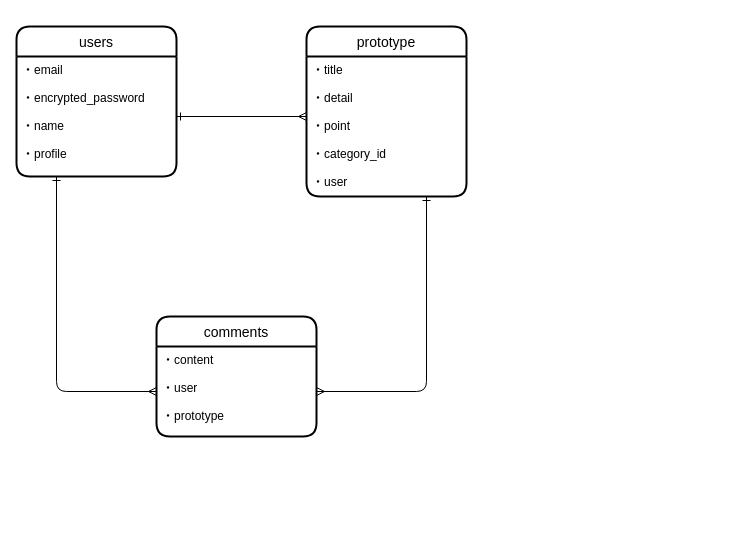
Earlier version of the draw.io diagram page "ER図" (1 of 2) of test.dio (ymokkk/protospace-0925). Source tidied: cells renumbered, new cells numbered last; positions are measured from the earlier drawing's top-left corner, leaving out a move shared by most shapes. Both pictures are drawn from the tidied source at 100%, with x=0, y=0 at pixel (16, 26).
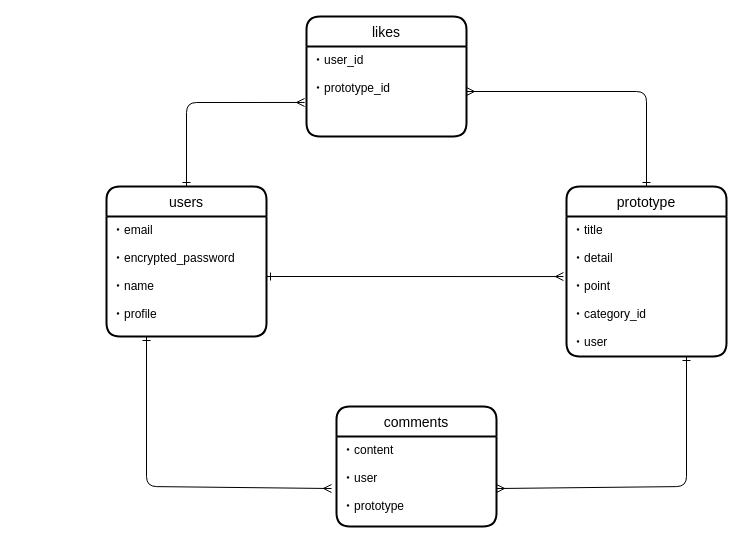
The same page after the edit.

Commit message:
画面遷移図の修正

The change refers to these unchanged cells:
```xml
<mxCell id="3" value="・email&#10;&#10;・encrypted_password&#10;&#10;・name&#10;&#10;・profile" style="align=left;strokeColor=none;fillColor=none;spacingLeft=4;fontSize=12;verticalAlign=top;" parent="2" vertex="1">
  <mxGeometry y="30" width="160" height="120" as="geometry" />
</mxCell>
<mxCell id="5" value="・title&#10;&#10;・detail&#10;&#10;・point&#10;&#10;・category_id&#10;&#10;・user" style="align=left;strokeColor=none;fillColor=none;spacingLeft=4;fontSize=12;verticalAlign=top;" parent="4" vertex="1">
  <mxGeometry y="30" width="160" height="140" as="geometry" />
</mxCell>
<mxCell id="7" value="・content&#10;&#10;・user&#10;&#10;・prototype" style="align=left;strokeColor=none;fillColor=none;spacingLeft=4;fontSize=12;verticalAlign=top;" parent="6" vertex="1">
  <mxGeometry y="30" width="160" height="90" as="geometry" />
</mxCell>
```

What changed in the source:
```diff
@@
+    <mxCell id="11" style="edgeStyle=none;html=1;exitX=0.5;exitY=0;exitDx=0;exitDy=0;entryX=-0.012;entryY=0.622;entryDx=0;entryDy=0;entryPerimeter=0;startArrow=ERone;startFill=0;endArrow=ERmany;endFill=0;" parent="1" edge="1" source="2" target="13">
+      <mxGeometry relative="1" as="geometry">
+        <Array as="points">
+          <mxPoint x="170" y="76" />
+        </Array>
+      </mxGeometry>
+    </mxCell>
     <mxCell id="2" value="users" style="swimlane;horizontal=1;startSize=30;rounded=1;fontSize=14;fontStyle=0;strokeWidth=2;shadow=0;dashed=0;align=center;" parent="1" vertex="1">
-      <mxGeometry width="160" height="150" as="geometry" />
+      <mxGeometry x="90" y="160" width="160" height="150" as="geometry" />
     </mxCell>
@@
     <mxCell id="4" value="prototype" style="swimlane;horizontal=1;startSize=30;rounded=1;fontSize=14;fontStyle=0;strokeWidth=2;shadow=0;dashed=0;align=center;" parent="1" vertex="1">
-      <mxGeometry x="290" width="160" height="170" as="geometry" />
+      <mxGeometry x="550" y="160" width="160" height="170" as="geometry" />
     </mxCell>
@@
     <mxCell id="6" value="comments" style="swimlane;horizontal=1;startSize=30;rounded=1;fontSize=14;fontStyle=0;strokeWidth=2;shadow=0;dashed=0;align=center;" parent="1" vertex="1">
-      <mxGeometry x="140" y="290" width="160" height="120" as="geometry" />
+      <mxGeometry x="320" y="380" width="160" height="120" as="geometry" />
     </mxCell>
@@
-    <mxCell id="8" style="edgeStyle=none;html=1;exitX=0.25;exitY=1;exitDx=0;exitDy=0;entryX=0;entryY=0.5;entryDx=0;entryDy=0;endArrow=ERmany;endFill=0;startArrow=ERone;startFill=0;" parent="1" edge="1" source="3" target="7">
+    <mxCell id="8" style="edgeStyle=none;html=1;exitX=0.25;exitY=1;exitDx=0;exitDy=0;entryX=-0.031;entryY=0.578;entryDx=0;entryDy=0;endArrow=ERmany;endFill=0;startArrow=ERone;startFill=0;entryPerimeter=0;" parent="1" edge="1" source="3" target="7">
       <mxGeometry relative="1" as="geometry">
         <Array as="points">
-          <mxPoint x="40" y="365" />
+          <mxPoint x="130" y="460" />
         </Array>
       </mxGeometry>
     </mxCell>
-    <mxCell id="9" style="edgeStyle=none;html=1;exitX=1;exitY=0.5;exitDx=0;exitDy=0;startArrow=ERone;startFill=0;endArrow=ERmany;endFill=0;" parent="1" edge="1" source="3">
-      <mxGeometry relative="1" as="geometry">
-        <mxPoint x="290" y="90" as="targetPoint" />
-      </mxGeometry>
+    <mxCell id="9" style="edgeStyle=none;html=1;exitX=1;exitY=0.5;exitDx=0;exitDy=0;startArrow=ERone;startFill=0;endArrow=ERmany;endFill=0;entryX=-0.019;entryY=0.429;entryDx=0;entryDy=0;entryPerimeter=0;" parent="1" edge="1" source="3" target="5">
+      <mxGeometry relative="1" as="geometry" />
     </mxCell>
-    <mxCell id="10" style="edgeStyle=none;html=1;exitX=0.75;exitY=1;exitDx=0;exitDy=0;entryX=1;entryY=0.5;entryDx=0;entryDy=0;startArrow=ERone;startFill=0;endArrow=ERmany;endFill=0;" parent="1" edge="1" source="5" target="7">
+    <mxCell id="10" style="edgeStyle=none;html=1;exitX=0.75;exitY=1;exitDx=0;exitDy=0;startArrow=ERone;startFill=0;endArrow=ERmany;endFill=0;entryX=1;entryY=0.578;entryDx=0;entryDy=0;entryPerimeter=0;" parent="1" edge="1" source="5" target="7">
       <mxGeometry relative="1" as="geometry">
         <Array as="points">
-          <mxPoint x="410" y="365" />
+          <mxPoint x="670" y="460" />
         </Array>
       </mxGeometry>
     </mxCell>
+    <mxCell id="12" value="likes" style="swimlane;horizontal=1;startSize=30;rounded=1;fontSize=14;fontStyle=0;strokeWidth=2;shadow=0;dashed=0;align=center;" parent="1" vertex="1">
+      <mxGeometry x="290" y="-10" width="160" height="120" as="geometry" />
+    </mxCell>
+    <mxCell id="13" value="・user_id&#10;&#10;・prototype_id" style="align=left;strokeColor=none;fillColor=none;spacingLeft=4;fontSize=12;verticalAlign=top;" parent="12" vertex="1">
+      <mxGeometry y="30" width="160" height="90" as="geometry" />
+    </mxCell>
+    <mxCell id="14" style="edgeStyle=none;html=1;exitX=1;exitY=0.5;exitDx=0;exitDy=0;endArrow=ERone;endFill=0;startArrow=ERmany;startFill=0;" parent="1" edge="1" source="13" target="4">
+      <mxGeometry relative="1" as="geometry">
+        <Array as="points">
+          <mxPoint x="630" y="65" />
+        </Array>
+      </mxGeometry>
+    </mxCell>
```
